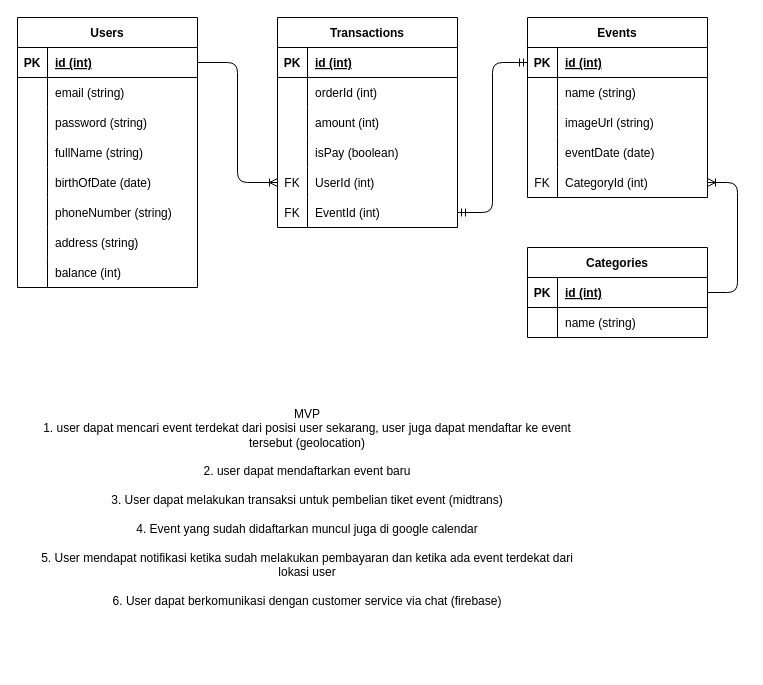
HCK71-FP-Event/server keeps this draw.io diagram as db-schema.drawio. Above is the earlier version. Source tidied: cells renumbered, new cells numbered last; positions are measured from the earlier drawing's top-left corner, leaving out a move shared by most shapes. Both pictures are drawn from the tidied source at 100%, with x=0, y=0 at pixel (17, 17).
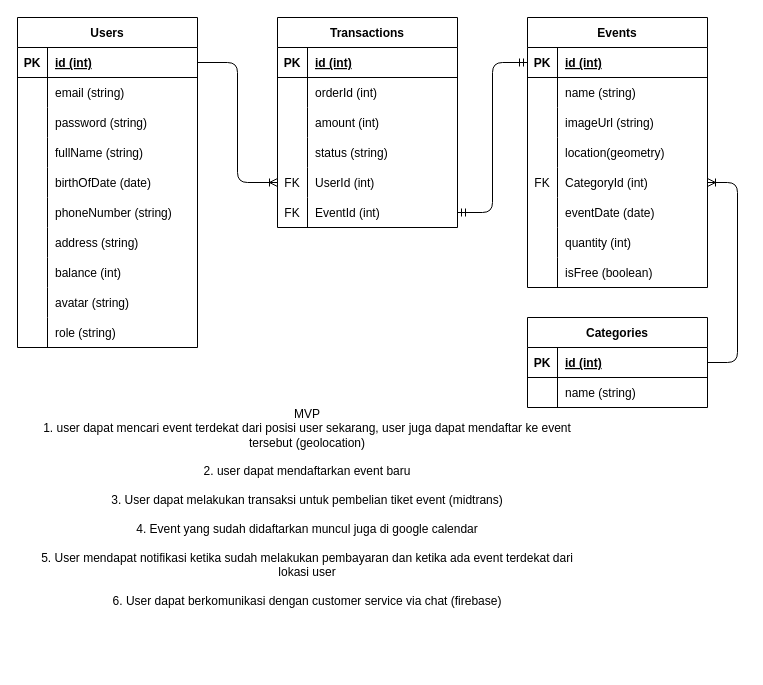
Above is the later version.

Commit message:
Feat: Uptodate Schema

The change refers to these unchanged cells:
```xml
<mxCell id="37" style="shape=tableRow;horizontal=0;startSize=0;swimlaneHead=0;swimlaneBody=0;fillColor=none;top=0;left=0;right=0;bottom=0;" parent="27" vertex="1">
  <mxGeometry y="120" width="180" height="30" as="geometry" />
</mxCell>
<mxCell id="60" style="shape=tableRow;horizontal=0;startSize=0;swimlaneHead=0;swimlaneBody=0;fillColor=none;top=0;left=0;right=0;bottom=0;" parent="50" vertex="1">
  <mxGeometry y="120" width="180" height="30" as="geometry" />
</mxCell>
```

Change to the diagram source:
```diff
@@
     <mxCell id="2" value="Users" style="shape=table;startSize=30;childLayout=tableLayout;rowLines=0;fontStyle=1;align=center;" parent="1" vertex="1">
-      <mxGeometry width="180" height="270" as="geometry" />
+      <mxGeometry width="180" height="330" as="geometry" />
     </mxCell>
@@
+    <mxCell id="73" style="shape=tableRow;horizontal=0;startSize=0;swimlaneHead=0;swimlaneBody=0;fillColor=none;top=0;left=0;right=0;bottom=0;" parent="2" vertex="1">
+      <mxGeometry y="270" width="180" height="30" as="geometry" />
+    </mxCell>
+    <mxCell id="74" style="shape=partialRectangle;fillColor=none;top=0;left=0;bottom=0;right=0;overflow=hidden;" parent="73" vertex="1">
+      <mxGeometry width="30" height="30" as="geometry" />
+    </mxCell>
+    <mxCell id="75" value="avatar (string)" style="shape=partialRectangle;fillColor=none;top=0;left=0;bottom=0;right=0;align=left;spacingLeft=6;overflow=hidden;" parent="73" vertex="1">
+      <mxGeometry x="30" width="150" height="30" as="geometry" />
+    </mxCell>
+    <mxCell id="76" style="shape=tableRow;horizontal=0;startSize=0;swimlaneHead=0;swimlaneBody=0;fillColor=none;top=0;left=0;right=0;bottom=0;" parent="2" vertex="1">
+      <mxGeometry y="300" width="180" height="30" as="geometry" />
+    </mxCell>
+    <mxCell id="77" style="shape=partialRectangle;fillColor=none;top=0;left=0;bottom=0;right=0;overflow=hidden;" parent="76" vertex="1">
+      <mxGeometry width="30" height="30" as="geometry" />
+    </mxCell>
+    <mxCell id="78" value="role (string)" style="shape=partialRectangle;fillColor=none;top=0;left=0;bottom=0;right=0;align=left;spacingLeft=6;overflow=hidden;" parent="76" vertex="1">
+      <mxGeometry x="30" width="150" height="30" as="geometry" />
+    </mxCell>
     <mxCell id="27" value="Events" style="shape=table;startSize=30;childLayout=tableLayout;rowLines=0;fontStyle=1;align=center;" parent="1" vertex="1">
-      <mxGeometry x="510" width="180" height="180" as="geometry" />
+      <mxGeometry x="510" width="180" height="270" as="geometry" />
     </mxCell>
@@
-    <mxCell id="39" value="eventDate (date)" style="shape=partialRectangle;fillColor=none;top=0;left=0;bottom=0;right=0;align=left;spacingLeft=6;overflow=hidden;" parent="37" vertex="1">
+    <mxCell id="39" value="location(geometry)" style="shape=partialRectangle;fillColor=none;top=0;left=0;bottom=0;right=0;align=left;spacingLeft=6;overflow=hidden;" parent="37" vertex="1">
       <mxGeometry x="30" width="150" height="30" as="geometry" />
     </mxCell>
@@
+    <mxCell id="79" style="shape=tableRow;horizontal=0;startSize=0;swimlaneHead=0;swimlaneBody=0;fillColor=none;top=0;left=0;right=0;bottom=0;" parent="27" vertex="1">
+      <mxGeometry y="180" width="180" height="30" as="geometry" />
+    </mxCell>
+    <mxCell id="80" style="shape=partialRectangle;fillColor=none;top=0;left=0;bottom=0;right=0;overflow=hidden;" parent="79" vertex="1">
+      <mxGeometry width="30" height="30" as="geometry" />
+    </mxCell>
+    <mxCell id="81" value="eventDate (date)" style="shape=partialRectangle;fillColor=none;top=0;left=0;bottom=0;right=0;align=left;spacingLeft=6;overflow=hidden;" parent="79" vertex="1">
+      <mxGeometry x="30" width="150" height="30" as="geometry" />
+    </mxCell>
+    <mxCell id="82" style="shape=tableRow;horizontal=0;startSize=0;swimlaneHead=0;swimlaneBody=0;fillColor=none;top=0;left=0;right=0;bottom=0;" parent="27" vertex="1">
+      <mxGeometry y="210" width="180" height="30" as="geometry" />
+    </mxCell>
+    <mxCell id="83" style="shape=partialRectangle;fillColor=none;top=0;left=0;bottom=0;right=0;overflow=hidden;" parent="82" vertex="1">
+      <mxGeometry width="30" height="30" as="geometry" />
+    </mxCell>
+    <mxCell id="84" value="quantity (int)" style="shape=partialRectangle;fillColor=none;top=0;left=0;bottom=0;right=0;align=left;spacingLeft=6;overflow=hidden;" parent="82" vertex="1">
+      <mxGeometry x="30" width="150" height="30" as="geometry" />
+    </mxCell>
+    <mxCell id="85" style="shape=tableRow;horizontal=0;startSize=0;swimlaneHead=0;swimlaneBody=0;fillColor=none;top=0;left=0;right=0;bottom=0;" parent="27" vertex="1">
+      <mxGeometry y="240" width="180" height="30" as="geometry" />
+    </mxCell>
+    <mxCell id="86" style="shape=partialRectangle;fillColor=none;top=0;left=0;bottom=0;right=0;overflow=hidden;" parent="85" vertex="1">
+      <mxGeometry width="30" height="30" as="geometry" />
+    </mxCell>
+    <mxCell id="87" value="isFree (boolean)" style="shape=partialRectangle;fillColor=none;top=0;left=0;bottom=0;right=0;align=left;spacingLeft=6;overflow=hidden;" parent="85" vertex="1">
+      <mxGeometry x="30" width="150" height="30" as="geometry" />
+    </mxCell>
     <mxCell id="43" value="Categories" style="shape=table;startSize=30;childLayout=tableLayout;rowLines=0;fontStyle=1;align=center;" parent="1" vertex="1">
-      <mxGeometry x="510" y="230" width="180" height="90" as="geometry" />
+      <mxGeometry x="510" y="300" width="180" height="90" as="geometry" />
     </mxCell>
@@
-    <mxCell id="62" value="isPay (boolean)" style="shape=partialRectangle;fillColor=none;top=0;left=0;bottom=0;right=0;align=left;spacingLeft=6;overflow=hidden;" parent="60" vertex="1">
+    <mxCell id="62" value="status (string)" style="shape=partialRectangle;fillColor=none;top=0;left=0;bottom=0;right=0;align=left;spacingLeft=6;overflow=hidden;" parent="60" vertex="1">
       <mxGeometry x="30" width="150" height="30" as="geometry" />
     </mxCell>
```
